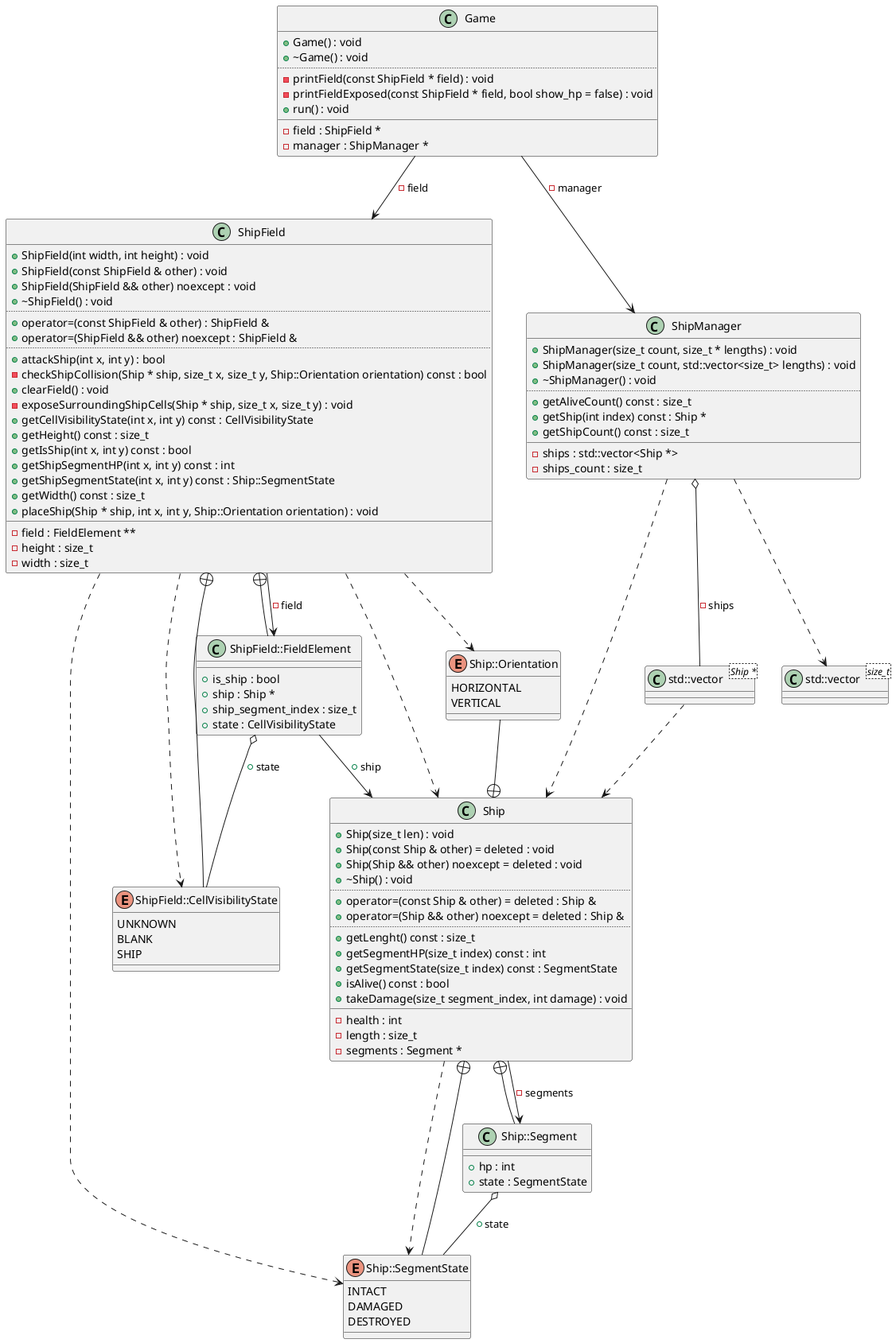
Above: diagrams/main.png in Rennelv/ships (PlantUML), before the change.
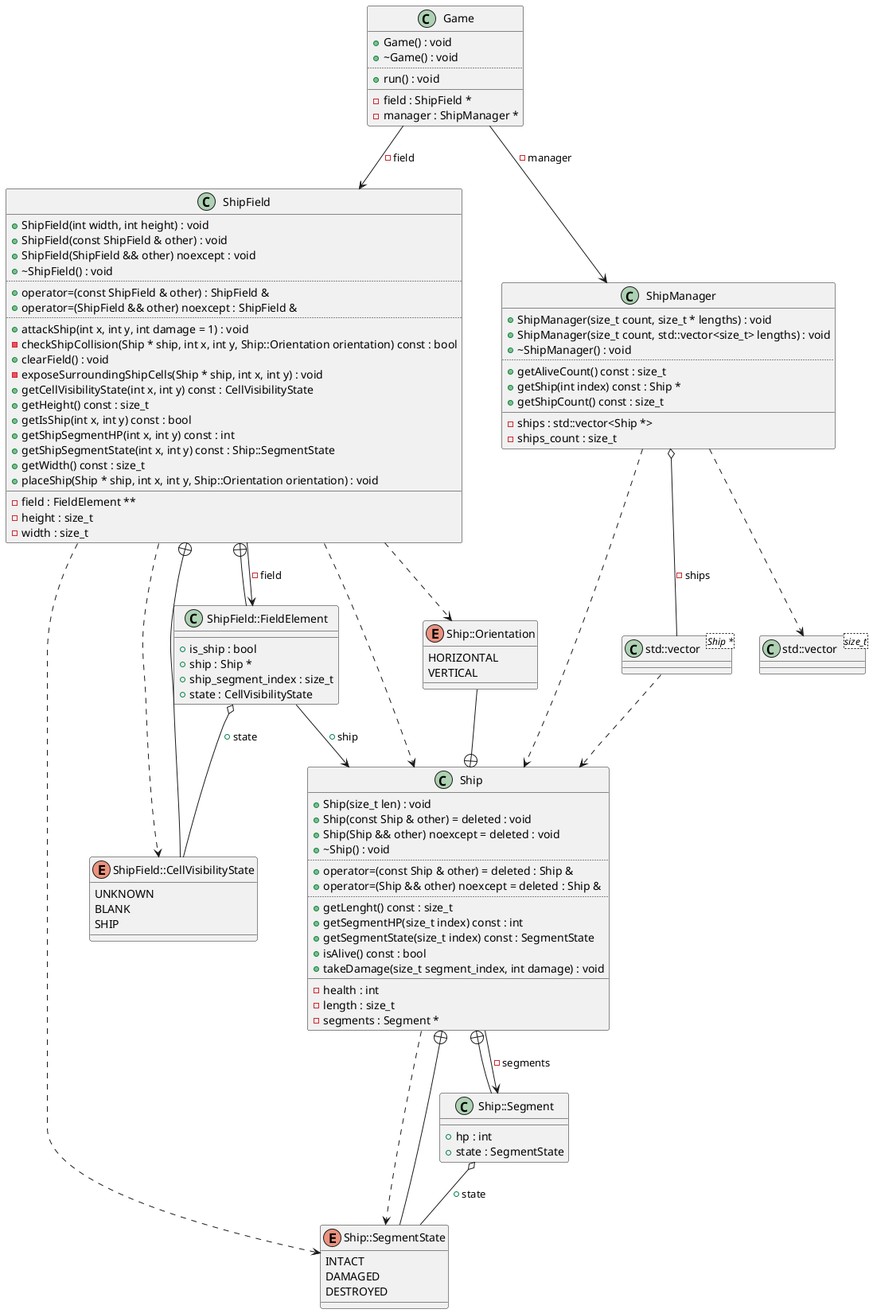
The same diagram one commit later.

What changed in the source:
```diff
@@ -54,10 +54,10 @@
 +operator=(const ShipField & other) : ShipField &
 +operator=(ShipField && other) noexcept : ShipField &
 ..
-+attackShip(int x, int y) : bool
--checkShipCollision(Ship * ship, size_t x, size_t y, Ship::Orientation orientation) const : bool
++attackShip(int x, int y, int damage = 1) : void
+-checkShipCollision(Ship * ship, int x, int y, Ship::Orientation orientation) const : bool
 +clearField() : void
--exposeSurroundingShipCells(Ship * ship, size_t x, size_t y) : void
+-exposeSurroundingShipCells(Ship * ship, int x, int y) : void
 +getCellVisibilityState(int x, int y) const : CellVisibilityState
 +getHeight() const : size_t
 +getIsShip(int x, int y) const : bool
@@ -102,8 +102,6 @@
 +Game() : void
 +~Game() : void
 ..
--printField(const ShipField * field) : void
--printFieldExposed(const ShipField * field, bool show_hp = false) : void
 +run() : void
 __
 -field : ShipField *
```
